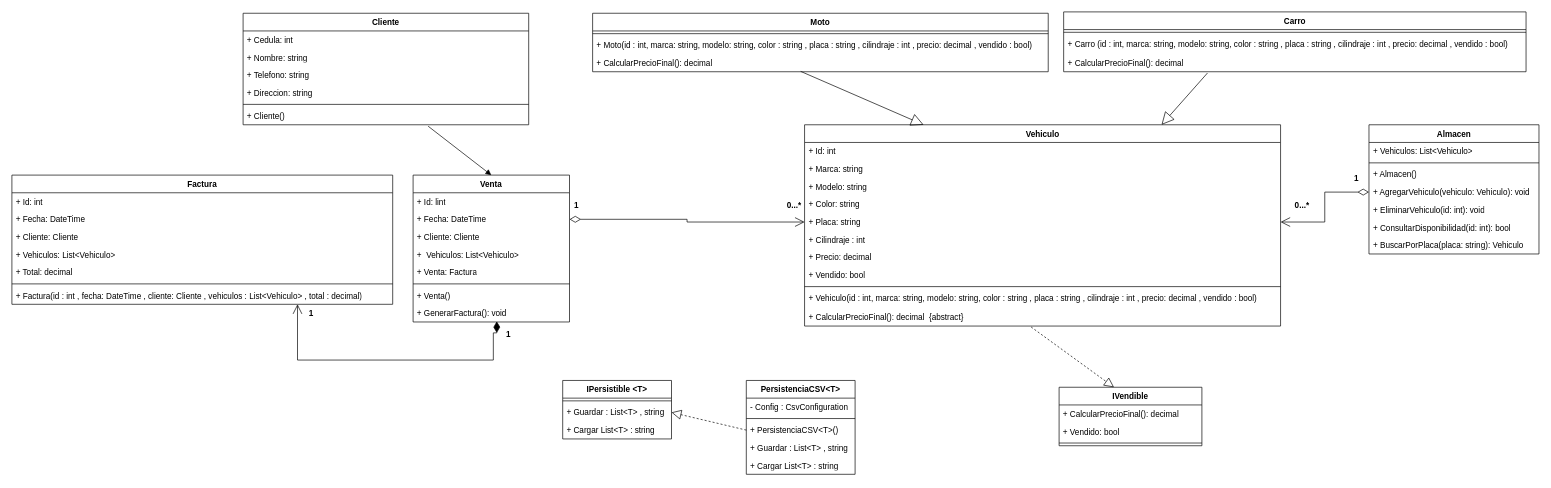
Earlier version of the draw.io diagram Diagrama_UML_2.drawio (Hanna00-svg/taller-1-poo). Source tidied: cells renumbered, new cells numbered last; positions are measured from the earlier drawing's top-left corner, leaving out a move shared by most shapes. Both pictures are drawn from the tidied source at 68%, with x=0, y=0 at pixel (12, 12).
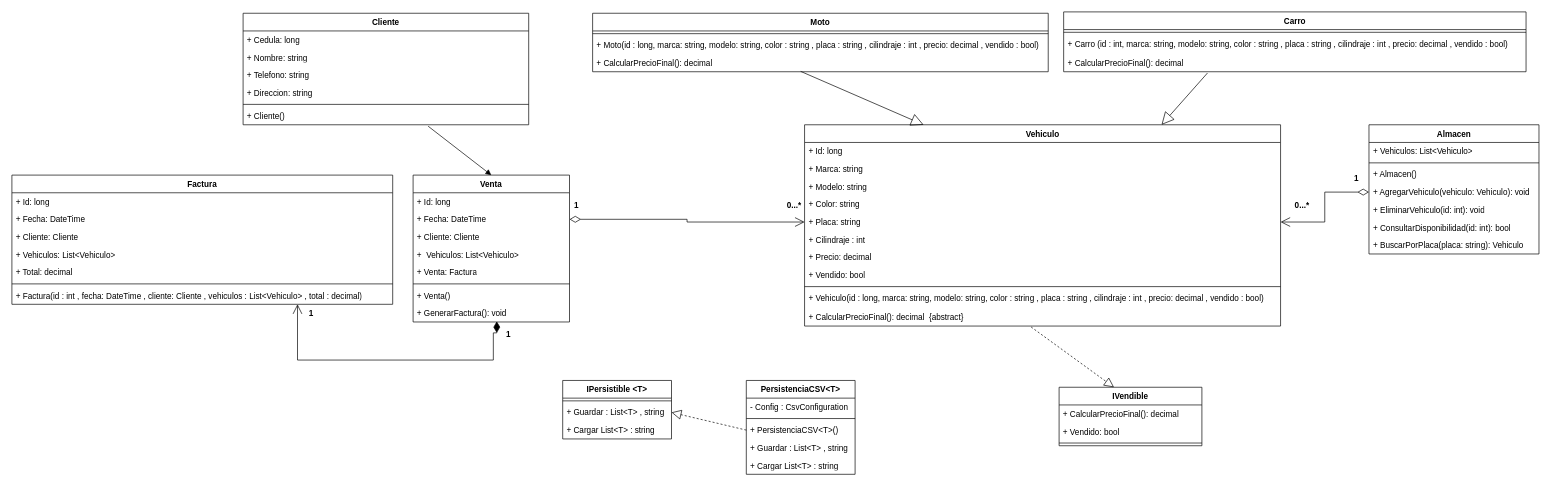
The same diagram, later.

Commit message (it also covers changes not shown here):
Cambio de variable y diagrama

Unchanged cells that the change refers to:
```xml
<mxCell id="10" value="Vehiculo " style="swimlane;fontStyle=1;align=center;verticalAlign=top;horizontal=1;startSize=26;whiteSpace=wrap;html=1;" parent="1" vertex="1">
  <mxGeometry x="1165.7" y="166" width="700" height="296" as="geometry" />
</mxCell>
<mxCell id="26" value="Moto" style="swimlane;fontStyle=1;align=center;verticalAlign=top;horizontal=1;startSize=26;whiteSpace=wrap;html=1;" parent="1" vertex="1">
  <mxGeometry x="854" y="2" width="670" height="86" as="geometry" />
</mxCell>
<mxCell id="30" value="Cliente" style="swimlane;fontStyle=1;align=center;verticalAlign=top;horizontal=1;startSize=26;whiteSpace=wrap;html=1;" parent="1" vertex="1">
  <mxGeometry x="340" y="2" width="420" height="164" as="geometry" />
</mxCell>
<mxCell id="37" value="Venta" style="swimlane;fontStyle=1;align=center;verticalAlign=top;horizontal=1;startSize=26;whiteSpace=wrap;html=1;" parent="1" vertex="1">
  <mxGeometry x="590" y="240" width="230" height="216" as="geometry" />
</mxCell>
<mxCell id="46" value="Factura" style="swimlane;fontStyle=1;align=center;verticalAlign=top;horizontal=1;startSize=26;whiteSpace=wrap;html=1;" parent="1" vertex="1">
  <mxGeometry y="240" width="560" height="190" as="geometry" />
</mxCell>
```

Diff of the diagram source:
```diff
@@
-    <mxCell id="11" value="+&amp;nbsp;Id: int&amp;nbsp;" style="text;strokeColor=none;fillColor=none;align=left;verticalAlign=top;spacingLeft=4;spacingRight=4;overflow=hidden;whiteSpace=wrap;html=1;" parent="10" vertex="1">
+    <mxCell id="11" value="+&amp;nbsp;Id:&amp;nbsp;&lt;span style=&quot;color: rgb(0, 0, 0);&quot;&gt;long&lt;/span&gt;" style="text;strokeColor=none;fillColor=none;align=left;verticalAlign=top;spacingLeft=4;spacingRight=4;overflow=hidden;whiteSpace=wrap;html=1;" parent="10" vertex="1">
       <mxGeometry y="26" width="700" height="26" as="geometry" />
     </mxCell>
@@
-    <mxCell id="20" value="+ Vehiculo(id : int, marca: string, modelo: string, color : string , placa : string , cilindraje : int , precio: decimal , vendido : bool)&amp;nbsp;" style="text;strokeColor=none;fillColor=none;align=left;verticalAlign=top;spacingLeft=4;spacingRight=4;overflow=hidden;whiteSpace=wrap;html=1;" parent="10" vertex="1">
+    <mxCell id="20" value="+ Vehiculo(id :&amp;nbsp;&lt;span style=&quot;color: rgb(0, 0, 0);&quot;&gt;long&lt;/span&gt;, marca: string, modelo: string, color : string , placa : string , cilindraje : int , precio: decimal , vendido : bool)&amp;nbsp;" style="text;strokeColor=none;fillColor=none;align=left;verticalAlign=top;spacingLeft=4;spacingRight=4;overflow=hidden;whiteSpace=wrap;html=1;" parent="10" vertex="1">
       <mxGeometry y="242" width="700" height="28" as="geometry" />
     </mxCell>
@@
-    <mxCell id="28" value="+ Moto(id : int, marca: string, modelo: string, color : string , placa : string , cilindraje : int , precio: decimal , vendido : bool)&amp;nbsp;" style="text;strokeColor=none;fillColor=none;align=left;verticalAlign=top;spacingLeft=4;spacingRight=4;overflow=hidden;whiteSpace=wrap;html=1;" parent="26" vertex="1">
+    <mxCell id="28" value="+ Moto(id :&amp;nbsp;&lt;span style=&quot;color: rgb(0, 0, 0);&quot;&gt;long&lt;/span&gt;, marca: string, modelo: string, color : string , placa : string , cilindraje : int , precio: decimal , vendido : bool)&amp;nbsp;" style="text;strokeColor=none;fillColor=none;align=left;verticalAlign=top;spacingLeft=4;spacingRight=4;overflow=hidden;whiteSpace=wrap;html=1;" parent="26" vertex="1">
       <mxGeometry y="34" width="670" height="26" as="geometry" />
     </mxCell>
@@
-    <mxCell id="31" value="+ Cedula: int" style="text;strokeColor=none;fillColor=none;align=left;verticalAlign=top;spacingLeft=4;spacingRight=4;overflow=hidden;whiteSpace=wrap;html=1;" parent="30" vertex="1">
+    <mxCell id="31" value="+ Cedula: long" style="text;strokeColor=none;fillColor=none;align=left;verticalAlign=top;spacingLeft=4;spacingRight=4;overflow=hidden;whiteSpace=wrap;html=1;" parent="30" vertex="1">
       <mxGeometry y="26" width="420" height="26" as="geometry" />
     </mxCell>
@@
-    <mxCell id="38" value="+ Id: lint" style="text;strokeColor=none;fillColor=none;align=left;verticalAlign=top;spacingLeft=4;spacingRight=4;overflow=hidden;whiteSpace=wrap;html=1;" parent="37" vertex="1">
+    <mxCell id="38" value="+ Id:&amp;nbsp;&lt;span style=&quot;color: rgb(0, 0, 0);&quot;&gt;long&lt;/span&gt;" style="text;strokeColor=none;fillColor=none;align=left;verticalAlign=top;spacingLeft=4;spacingRight=4;overflow=hidden;whiteSpace=wrap;html=1;" parent="37" vertex="1">
       <mxGeometry y="26" width="230" height="26" as="geometry" />
     </mxCell>
@@
-    <mxCell id="47" value="+ Id: int" style="text;strokeColor=none;fillColor=none;align=left;verticalAlign=top;spacingLeft=4;spacingRight=4;overflow=hidden;whiteSpace=wrap;html=1;" parent="46" vertex="1">
+    <mxCell id="47" value="+ Id:&amp;nbsp;&lt;span style=&quot;color: rgb(0, 0, 0);&quot;&gt;long&lt;/span&gt;" style="text;strokeColor=none;fillColor=none;align=left;verticalAlign=top;spacingLeft=4;spacingRight=4;overflow=hidden;whiteSpace=wrap;html=1;" parent="46" vertex="1">
       <mxGeometry y="26" width="560" height="26" as="geometry" />
     </mxCell>
```
